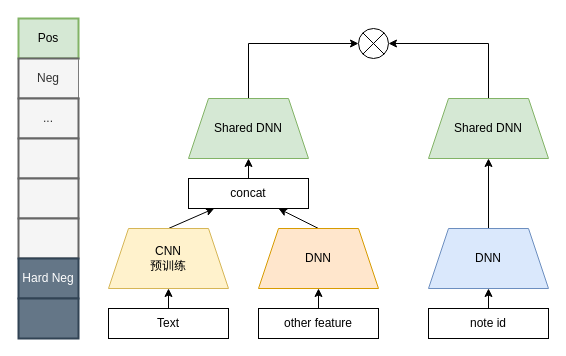
This is youtube.drawio from luoshao23/digram, a draw.io file, before an edit. Source tidied: cells renumbered, new cells numbered last; positions are measured from the earlier drawing's top-left corner, leaving out a move shared by most shapes. Both pictures are drawn from the tidied source at 100%, with x=0, y=0 at pixel (18, 18).
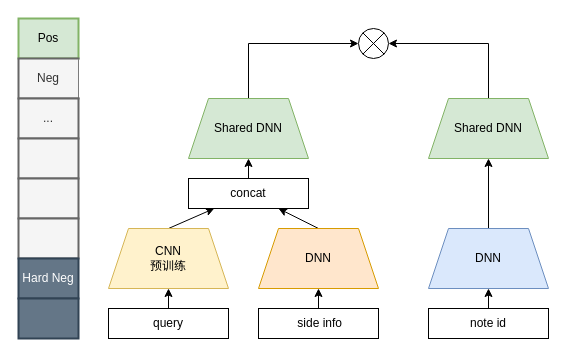
After the change.

Change to the diagram source:
```diff
@@
-    <mxCell id="3" value="Text" style="rounded=0;whiteSpace=wrap;html=1;" parent="1" vertex="1">
+    <mxCell id="3" value="query" style="rounded=0;whiteSpace=wrap;html=1;" parent="1" vertex="1">
       <mxGeometry x="90" y="290" width="120" height="30" as="geometry" />
     </mxCell>
@@
-    <mxCell id="7" value="other feature" style="rounded=0;whiteSpace=wrap;html=1;" parent="1" vertex="1">
+    <mxCell id="7" value="&amp;nbsp;side info" style="rounded=0;whiteSpace=wrap;html=1;" parent="1" vertex="1">
       <mxGeometry x="240" y="290" width="120" height="30" as="geometry" />
     </mxCell>
```
